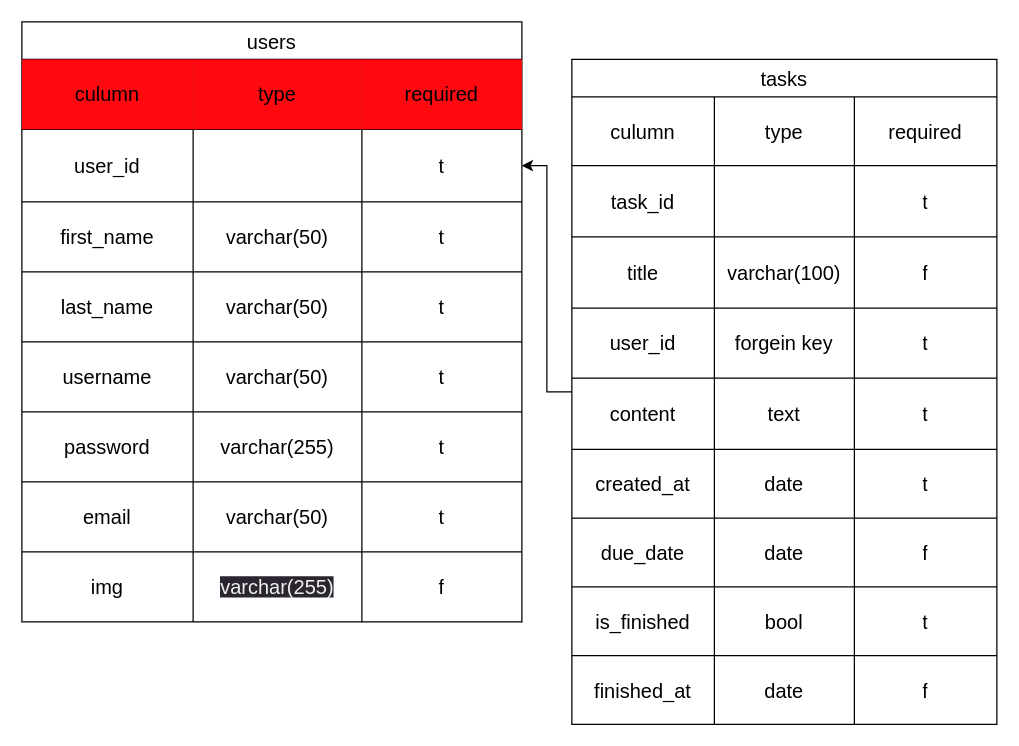
The draw.io diagram Untitled Diagram.drawio in AbdoFathy11/to-do, before the edit. Source tidied: cells renumbered, new cells numbered last; positions are measured from the earlier drawing's top-left corner, leaving out a move shared by most shapes. Both pictures are drawn from the tidied source at 125%, with x=0, y=0 at pixel (21, 21).
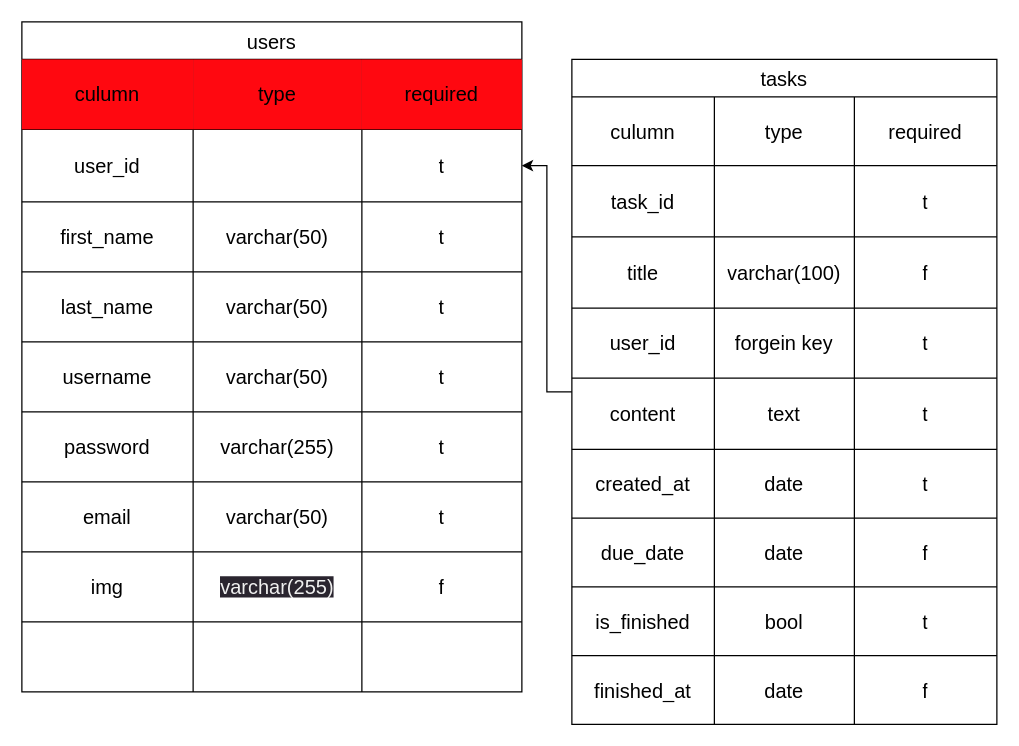
The same page after the edit.

Change to the diagram source:
```diff
@@
     <mxCell id="2" value="users" style="shape=table;startSize=30;childLayout=tableLayout;strokeColor=default;fontSize=16;" parent="1" vertex="1">
-      <mxGeometry width="400" height="480" as="geometry" />
+      <mxGeometry width="400" height="536" as="geometry" />
     </mxCell>
@@
+    <mxCell id="75" style="shape=tableRow;horizontal=0;startSize=0;swimlaneHead=0;swimlaneBody=0;strokeColor=inherit;top=0;left=0;bottom=0;right=0;fillColor=none;fontSize=16;" parent="2" vertex="1">
+      <mxGeometry y="480" width="400" height="56" as="geometry" />
+    </mxCell>
+    <mxCell id="76" style="shape=partialRectangle;html=1;whiteSpace=wrap;strokeColor=inherit;overflow=hidden;fillColor=none;top=0;left=0;bottom=0;right=0;fontSize=16;" parent="75" vertex="1">
+      <mxGeometry width="137" height="56" as="geometry" />
+    </mxCell>
+    <mxCell id="77" style="shape=partialRectangle;html=1;whiteSpace=wrap;strokeColor=inherit;overflow=hidden;fillColor=none;top=0;left=0;bottom=0;right=0;fontSize=16;" parent="75" vertex="1">
+      <mxGeometry x="137" width="135" height="56" as="geometry" />
+    </mxCell>
+    <mxCell id="78" style="shape=partialRectangle;html=1;whiteSpace=wrap;strokeColor=inherit;overflow=hidden;fillColor=none;top=0;left=0;bottom=0;right=0;fontSize=16;" parent="75" vertex="1">
+      <mxGeometry x="272" width="128" height="56" as="geometry" />
+    </mxCell>
@@
-    <mxCell id="36" style="shape=partialRectangle;html=1;whiteSpace=wrap;strokeColor=inherit;overflow=hidden;fillColor=none;top=0;left=0;bottom=0;right=0;fontSize=16;" parent="1" vertex="1">
-      <mxGeometry x="255" y="500" width="135" height="46" as="geometry" />
-    </mxCell>
```
